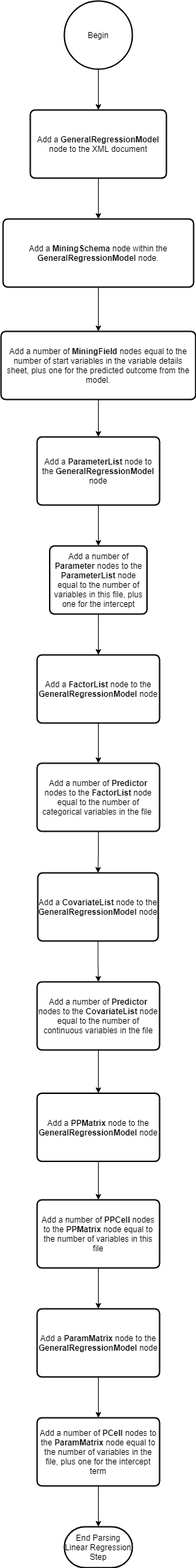
Above: assets/specs/model-csv-to-pmml/images/linear-regression-step.png in Big-Life-Lab/bllflow (draw.io), before the change. Source tidied: cells renumbered, new cells last; positions are measured from the earlier drawing's top-left corner, leaving out a move shared by most shapes. The source it was exported from:
```xml
<mxGraphModel>
  <root>
    <mxCell id="0" />
    <mxCell id="1" parent="0" />
    <mxCell id="2" style="edgeStyle=orthogonalEdgeStyle;rounded=0;jettySize=auto;html=1;" parent="1" edge="1" source="3" target="5">
      <mxGeometry relative="1" as="geometry" />
    </mxCell>
    <mxCell id="3" value="Begin" style="strokeWidth=2;html=1;shape=mxgraph.flowchart.start_2;whiteSpace=wrap;" parent="1" vertex="1">
      <mxGeometry x="93" width="100" height="100" as="geometry" />
    </mxCell>
    <mxCell id="4" style="edgeStyle=orthogonalEdgeStyle;rounded=0;jettySize=auto;html=1;" parent="1" edge="1" source="5" target="28">
      <mxGeometry relative="1" as="geometry" />
    </mxCell>
    <mxCell id="5" value="Add a &lt;b&gt;GeneralRegressionModel &lt;/b&gt;node to the XML document" style="rounded=1;whiteSpace=wrap;html=1;absoluteArcSize=1;arcSize=14;strokeWidth=2;" parent="1" vertex="1">
      <mxGeometry x="43" y="160" width="200" height="100" as="geometry" />
    </mxCell>
    <mxCell id="6" style="edgeStyle=orthogonalEdgeStyle;rounded=0;jettySize=auto;html=1;" parent="1" edge="1" source="7" target="9">
      <mxGeometry relative="1" as="geometry" />
    </mxCell>
    <mxCell id="7" value="Add a &lt;b&gt;ParameterList &lt;/b&gt;node to the &lt;b&gt;GeneralRegressionModel &lt;/b&gt;node" style="rounded=1;whiteSpace=wrap;html=1;absoluteArcSize=1;arcSize=14;strokeWidth=2;" parent="1" vertex="1">
      <mxGeometry x="53" y="640" width="180" height="100" as="geometry" />
    </mxCell>
    <mxCell id="8" style="edgeStyle=orthogonalEdgeStyle;rounded=0;jettySize=auto;html=1;" parent="1" edge="1" source="9" target="11">
      <mxGeometry relative="1" as="geometry" />
    </mxCell>
    <mxCell id="9" value="Add a number of &lt;b&gt;Parameter &lt;/b&gt;nodes to the &lt;b&gt;ParameterList &lt;/b&gt;node equal to the number of variables in this file, plus one for the intercept" style="rounded=1;whiteSpace=wrap;html=1;absoluteArcSize=1;arcSize=14;strokeWidth=2;" parent="1" vertex="1">
      <mxGeometry x="71.5" y="800" width="143" height="100" as="geometry" />
    </mxCell>
    <mxCell id="10" style="edgeStyle=orthogonalEdgeStyle;rounded=0;jettySize=auto;html=1;" parent="1" edge="1" source="11" target="13">
      <mxGeometry relative="1" as="geometry" />
    </mxCell>
    <mxCell id="11" value="Add a &lt;b&gt;FactorList &lt;/b&gt;node to the &lt;b&gt;GeneralRegressionModel &lt;/b&gt;node" style="rounded=1;whiteSpace=wrap;html=1;absoluteArcSize=1;arcSize=14;strokeWidth=2;" parent="1" vertex="1">
      <mxGeometry x="53" y="960" width="180" height="100" as="geometry" />
    </mxCell>
    <mxCell id="12" style="edgeStyle=orthogonalEdgeStyle;rounded=0;jettySize=auto;html=1;" parent="1" edge="1" source="13" target="15">
      <mxGeometry relative="1" as="geometry" />
    </mxCell>
    <mxCell id="13" value="Add a number of&amp;nbsp;&lt;b&gt;Predictor &lt;/b&gt;nodes to the &lt;b&gt;FactorList &lt;/b&gt;node equal to the number of categorical variables in the file&amp;nbsp;" style="rounded=1;whiteSpace=wrap;html=1;absoluteArcSize=1;arcSize=14;strokeWidth=2;" parent="1" vertex="1">
      <mxGeometry x="53" y="1119" width="180" height="100" as="geometry" />
    </mxCell>
    <mxCell id="14" style="edgeStyle=orthogonalEdgeStyle;rounded=0;jettySize=auto;html=1;" parent="1" edge="1" source="15" target="17">
      <mxGeometry relative="1" as="geometry" />
    </mxCell>
    <mxCell id="15" value="Add a &lt;b&gt;CovariateList &lt;/b&gt;node to the &lt;b&gt;GeneralRegressionModel &lt;/b&gt;node" style="rounded=1;whiteSpace=wrap;html=1;absoluteArcSize=1;arcSize=14;strokeWidth=2;" parent="1" vertex="1">
      <mxGeometry x="54" y="1280" width="177" height="100" as="geometry" />
    </mxCell>
    <mxCell id="16" style="edgeStyle=orthogonalEdgeStyle;rounded=0;jettySize=auto;html=1;" parent="1" edge="1" source="17" target="19">
      <mxGeometry relative="1" as="geometry" />
    </mxCell>
    <mxCell id="17" value="Add a number of &lt;b&gt;Predictor &lt;/b&gt;nodes to the &lt;b&gt;CovariateList &lt;/b&gt;node equal to the number of continuous variables in the file" style="rounded=1;whiteSpace=wrap;html=1;absoluteArcSize=1;arcSize=14;strokeWidth=2;" parent="1" vertex="1">
      <mxGeometry x="53" y="1440" width="180" height="100" as="geometry" />
    </mxCell>
    <mxCell id="18" style="edgeStyle=orthogonalEdgeStyle;rounded=0;jettySize=auto;html=1;" parent="1" edge="1" source="19" target="21">
      <mxGeometry relative="1" as="geometry" />
    </mxCell>
    <mxCell id="19" value="Add a &lt;b&gt;PPMatrix &lt;/b&gt;node to the &lt;b&gt;GeneralRegressionModel &lt;/b&gt;node" style="rounded=1;whiteSpace=wrap;html=1;absoluteArcSize=1;arcSize=14;strokeWidth=2;" parent="1" vertex="1">
      <mxGeometry x="53" y="1603.5" width="180" height="100" as="geometry" />
    </mxCell>
    <mxCell id="20" style="edgeStyle=orthogonalEdgeStyle;rounded=0;jettySize=auto;html=1;" parent="1" edge="1" source="21" target="23">
      <mxGeometry relative="1" as="geometry" />
    </mxCell>
    <mxCell id="21" value="Add a number of &lt;b&gt;PPCell &lt;/b&gt;nodes to the &lt;b&gt;PPMatrix &lt;/b&gt;node equal to the number of variables in this file" style="rounded=1;whiteSpace=wrap;html=1;absoluteArcSize=1;arcSize=14;strokeWidth=2;" parent="1" vertex="1">
      <mxGeometry x="53" y="1760" width="180" height="100" as="geometry" />
    </mxCell>
    <mxCell id="22" style="edgeStyle=orthogonalEdgeStyle;rounded=0;jettySize=auto;html=1;" parent="1" edge="1" source="23" target="25">
      <mxGeometry relative="1" as="geometry" />
    </mxCell>
    <mxCell id="23" value="Add a &lt;b&gt;ParamMatrix &lt;/b&gt;node to the &lt;b&gt;GeneralRegressionModel &lt;/b&gt;node" style="rounded=1;whiteSpace=wrap;html=1;absoluteArcSize=1;arcSize=14;strokeWidth=2;" parent="1" vertex="1">
      <mxGeometry x="53" y="1920" width="180" height="100" as="geometry" />
    </mxCell>
    <mxCell id="24" style="edgeStyle=orthogonalEdgeStyle;rounded=0;jettySize=auto;html=1;" parent="1" edge="1" source="25" target="26">
      <mxGeometry relative="1" as="geometry" />
    </mxCell>
    <mxCell id="25" value="Add a number of &lt;b&gt;PCell &lt;/b&gt;nodes to the &lt;b&gt;ParamMatrix&lt;/b&gt;&amp;nbsp;node equal to the number of variables in the file, plus one for the intercept term" style="rounded=1;whiteSpace=wrap;html=1;absoluteArcSize=1;arcSize=14;strokeWidth=2;" parent="1" vertex="1">
      <mxGeometry x="53" y="2080" width="180" height="100" as="geometry" />
    </mxCell>
    <mxCell id="26" value="End Parsing Linear Regression Step" style="strokeWidth=2;html=1;shape=mxgraph.flowchart.terminator;whiteSpace=wrap;" parent="1" vertex="1">
      <mxGeometry x="93" y="2240" width="100" height="60" as="geometry" />
    </mxCell>
    <mxCell id="27" style="edgeStyle=orthogonalEdgeStyle;rounded=0;jettySize=auto;html=1;" parent="1" edge="1" source="28" target="30">
      <mxGeometry relative="1" as="geometry" />
    </mxCell>
    <mxCell id="28" value="Add a &lt;b&gt;MiningSchema &lt;/b&gt;node within the &lt;b&gt;GeneralRegressionModel &lt;/b&gt;node." style="rounded=1;whiteSpace=wrap;html=1;absoluteArcSize=1;arcSize=14;strokeWidth=2;" parent="1" vertex="1">
      <mxGeometry x="3" y="320" width="280" height="100" as="geometry" />
    </mxCell>
    <mxCell id="29" style="edgeStyle=orthogonalEdgeStyle;rounded=0;jettySize=auto;html=1;" parent="1" edge="1" source="30">
      <mxGeometry relative="1" as="geometry">
        <mxPoint x="143" y="640" as="targetPoint" />
      </mxGeometry>
    </mxCell>
    <mxCell id="30" value="Add a number of &lt;b&gt;MiningField &lt;/b&gt;nodes equal to the number of start variables in the variable details sheet, plus one for the predicted outcome from the model." style="rounded=1;whiteSpace=wrap;html=1;absoluteArcSize=1;arcSize=14;strokeWidth=2;" parent="1" vertex="1">
      <mxGeometry y="485" width="286" height="100" as="geometry" />
    </mxCell>
  </root>
</mxGraphModel>
```
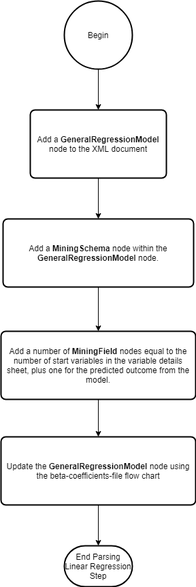
Later version of the same file.

Commit message:
Refactored the model export spec so that the logic for parsing the beta coefficients file is in its own flow chart. Updated the fine and grey and the linear regression flow chart

Diff of the diagram source:
```diff
@@ -14,68 +14,8 @@
     <mxCell id="5" value="Add a &lt;b&gt;GeneralRegressionModel &lt;/b&gt;node to the XML document" style="rounded=1;whiteSpace=wrap;html=1;absoluteArcSize=1;arcSize=14;strokeWidth=2;" parent="1" vertex="1">
       <mxGeometry x="43" y="160" width="200" height="100" as="geometry" />
     </mxCell>
-    <mxCell id="6" style="edgeStyle=orthogonalEdgeStyle;rounded=0;jettySize=auto;html=1;" parent="1" edge="1" source="7" target="9">
-      <mxGeometry relative="1" as="geometry" />
-    </mxCell>
-    <mxCell id="7" value="Add a &lt;b&gt;ParameterList &lt;/b&gt;node to the &lt;b&gt;GeneralRegressionModel &lt;/b&gt;node" style="rounded=1;whiteSpace=wrap;html=1;absoluteArcSize=1;arcSize=14;strokeWidth=2;" parent="1" vertex="1">
-      <mxGeometry x="53" y="640" width="180" height="100" as="geometry" />
-    </mxCell>
-    <mxCell id="8" style="edgeStyle=orthogonalEdgeStyle;rounded=0;jettySize=auto;html=1;" parent="1" edge="1" source="9" target="11">
-      <mxGeometry relative="1" as="geometry" />
-    </mxCell>
-    <mxCell id="9" value="Add a number of &lt;b&gt;Parameter &lt;/b&gt;nodes to the &lt;b&gt;ParameterList &lt;/b&gt;node equal to the number of variables in this file, plus one for the intercept" style="rounded=1;whiteSpace=wrap;html=1;absoluteArcSize=1;arcSize=14;strokeWidth=2;" parent="1" vertex="1">
-      <mxGeometry x="71.5" y="800" width="143" height="100" as="geometry" />
-    </mxCell>
-    <mxCell id="10" style="edgeStyle=orthogonalEdgeStyle;rounded=0;jettySize=auto;html=1;" parent="1" edge="1" source="11" target="13">
-      <mxGeometry relative="1" as="geometry" />
-    </mxCell>
-    <mxCell id="11" value="Add a &lt;b&gt;FactorList &lt;/b&gt;node to the &lt;b&gt;GeneralRegressionModel &lt;/b&gt;node" style="rounded=1;whiteSpace=wrap;html=1;absoluteArcSize=1;arcSize=14;strokeWidth=2;" parent="1" vertex="1">
-      <mxGeometry x="53" y="960" width="180" height="100" as="geometry" />
-    </mxCell>
-    <mxCell id="12" style="edgeStyle=orthogonalEdgeStyle;rounded=0;jettySize=auto;html=1;" parent="1" edge="1" source="13" target="15">
-      <mxGeometry relative="1" as="geometry" />
-    </mxCell>
-    <mxCell id="13" value="Add a number of&amp;nbsp;&lt;b&gt;Predictor &lt;/b&gt;nodes to the &lt;b&gt;FactorList &lt;/b&gt;node equal to the number of categorical variables in the file&amp;nbsp;" style="rounded=1;whiteSpace=wrap;html=1;absoluteArcSize=1;arcSize=14;strokeWidth=2;" parent="1" vertex="1">
-      <mxGeometry x="53" y="1119" width="180" height="100" as="geometry" />
-    </mxCell>
-    <mxCell id="14" style="edgeStyle=orthogonalEdgeStyle;rounded=0;jettySize=auto;html=1;" parent="1" edge="1" source="15" target="17">
-      <mxGeometry relative="1" as="geometry" />
-    </mxCell>
-    <mxCell id="15" value="Add a &lt;b&gt;CovariateList &lt;/b&gt;node to the &lt;b&gt;GeneralRegressionModel &lt;/b&gt;node" style="rounded=1;whiteSpace=wrap;html=1;absoluteArcSize=1;arcSize=14;strokeWidth=2;" parent="1" vertex="1">
-      <mxGeometry x="54" y="1280" width="177" height="100" as="geometry" />
-    </mxCell>
-    <mxCell id="16" style="edgeStyle=orthogonalEdgeStyle;rounded=0;jettySize=auto;html=1;" parent="1" edge="1" source="17" target="19">
-      <mxGeometry relative="1" as="geometry" />
-    </mxCell>
-    <mxCell id="17" value="Add a number of &lt;b&gt;Predictor &lt;/b&gt;nodes to the &lt;b&gt;CovariateList &lt;/b&gt;node equal to the number of continuous variables in the file" style="rounded=1;whiteSpace=wrap;html=1;absoluteArcSize=1;arcSize=14;strokeWidth=2;" parent="1" vertex="1">
-      <mxGeometry x="53" y="1440" width="180" height="100" as="geometry" />
-    </mxCell>
-    <mxCell id="18" style="edgeStyle=orthogonalEdgeStyle;rounded=0;jettySize=auto;html=1;" parent="1" edge="1" source="19" target="21">
-      <mxGeometry relative="1" as="geometry" />
-    </mxCell>
-    <mxCell id="19" value="Add a &lt;b&gt;PPMatrix &lt;/b&gt;node to the &lt;b&gt;GeneralRegressionModel &lt;/b&gt;node" style="rounded=1;whiteSpace=wrap;html=1;absoluteArcSize=1;arcSize=14;strokeWidth=2;" parent="1" vertex="1">
-      <mxGeometry x="53" y="1603.5" width="180" height="100" as="geometry" />
-    </mxCell>
-    <mxCell id="20" style="edgeStyle=orthogonalEdgeStyle;rounded=0;jettySize=auto;html=1;" parent="1" edge="1" source="21" target="23">
-      <mxGeometry relative="1" as="geometry" />
-    </mxCell>
-    <mxCell id="21" value="Add a number of &lt;b&gt;PPCell &lt;/b&gt;nodes to the &lt;b&gt;PPMatrix &lt;/b&gt;node equal to the number of variables in this file" style="rounded=1;whiteSpace=wrap;html=1;absoluteArcSize=1;arcSize=14;strokeWidth=2;" parent="1" vertex="1">
-      <mxGeometry x="53" y="1760" width="180" height="100" as="geometry" />
-    </mxCell>
-    <mxCell id="22" style="edgeStyle=orthogonalEdgeStyle;rounded=0;jettySize=auto;html=1;" parent="1" edge="1" source="23" target="25">
-      <mxGeometry relative="1" as="geometry" />
-    </mxCell>
-    <mxCell id="23" value="Add a &lt;b&gt;ParamMatrix &lt;/b&gt;node to the &lt;b&gt;GeneralRegressionModel &lt;/b&gt;node" style="rounded=1;whiteSpace=wrap;html=1;absoluteArcSize=1;arcSize=14;strokeWidth=2;" parent="1" vertex="1">
-      <mxGeometry x="53" y="1920" width="180" height="100" as="geometry" />
-    </mxCell>
-    <mxCell id="24" style="edgeStyle=orthogonalEdgeStyle;rounded=0;jettySize=auto;html=1;" parent="1" edge="1" source="25" target="26">
-      <mxGeometry relative="1" as="geometry" />
-    </mxCell>
-    <mxCell id="25" value="Add a number of &lt;b&gt;PCell &lt;/b&gt;nodes to the &lt;b&gt;ParamMatrix&lt;/b&gt;&amp;nbsp;node equal to the number of variables in the file, plus one for the intercept term" style="rounded=1;whiteSpace=wrap;html=1;absoluteArcSize=1;arcSize=14;strokeWidth=2;" parent="1" vertex="1">
-      <mxGeometry x="53" y="2080" width="180" height="100" as="geometry" />
-    </mxCell>
     <mxCell id="26" value="End Parsing Linear Regression Step" style="strokeWidth=2;html=1;shape=mxgraph.flowchart.terminator;whiteSpace=wrap;" parent="1" vertex="1">
-      <mxGeometry x="93" y="2240" width="100" height="60" as="geometry" />
+      <mxGeometry x="93" y="800" width="100" height="60" as="geometry" />
     </mxCell>
     <mxCell id="27" style="edgeStyle=orthogonalEdgeStyle;rounded=0;jettySize=auto;html=1;" parent="1" edge="1" source="28" target="30">
       <mxGeometry relative="1" as="geometry" />
@@ -83,13 +23,17 @@
     <mxCell id="28" value="Add a &lt;b&gt;MiningSchema &lt;/b&gt;node within the &lt;b&gt;GeneralRegressionModel &lt;/b&gt;node." style="rounded=1;whiteSpace=wrap;html=1;absoluteArcSize=1;arcSize=14;strokeWidth=2;" parent="1" vertex="1">
       <mxGeometry x="3" y="320" width="280" height="100" as="geometry" />
     </mxCell>
-    <mxCell id="29" style="edgeStyle=orthogonalEdgeStyle;rounded=0;jettySize=auto;html=1;" parent="1" edge="1" source="30">
-      <mxGeometry relative="1" as="geometry">
-        <mxPoint x="143" y="640" as="targetPoint" />
-      </mxGeometry>
-    </mxCell>
+    <mxCell id="31" style="edgeStyle=orthogonalEdgeStyle;rounded=0;jettySize=auto;html=1;" parent="1" edge="1" source="30" target="33">
+      <mxGeometry relative="1" as="geometry" />
+    </mxCell>
     <mxCell id="30" value="Add a number of &lt;b&gt;MiningField &lt;/b&gt;nodes equal to the number of start variables in the variable details sheet, plus one for the predicted outcome from the model." style="rounded=1;whiteSpace=wrap;html=1;absoluteArcSize=1;arcSize=14;strokeWidth=2;" parent="1" vertex="1">
       <mxGeometry y="485" width="286" height="100" as="geometry" />
     </mxCell>
+    <mxCell id="32" style="edgeStyle=orthogonalEdgeStyle;rounded=0;jettySize=auto;html=1;" parent="1" edge="1" source="33" target="26">
+      <mxGeometry relative="1" as="geometry" />
+    </mxCell>
+    <mxCell id="33" value="Update the &lt;b&gt;GeneralRegressionModel &lt;/b&gt;node using the beta-coefficients-file flow chart" style="rounded=1;whiteSpace=wrap;html=1;absoluteArcSize=1;arcSize=14;strokeWidth=2;" parent="1" vertex="1">
+      <mxGeometry y="640" width="286" height="100" as="geometry" />
+    </mxCell>
   </root>
 </mxGraphModel>
```
